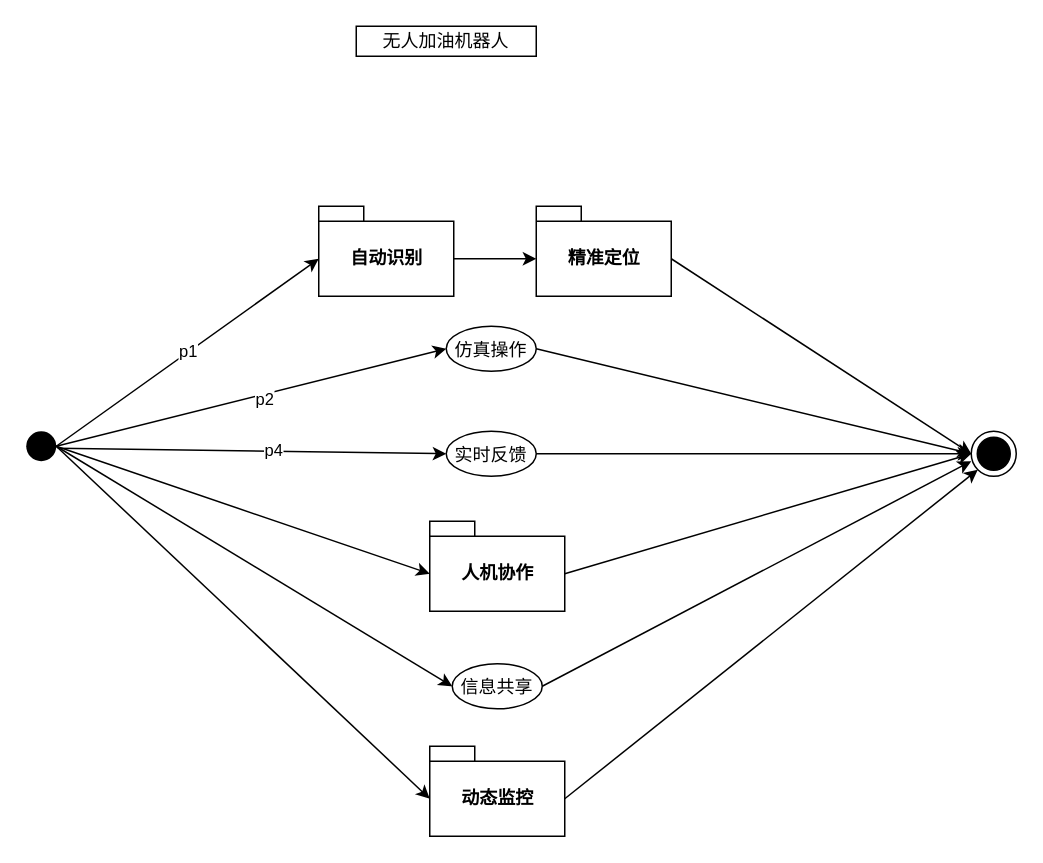
This is page "Page-1" (1 of 2) of Untitled Diagram.drawio from kikishao/cloud-project, a draw.io file, before an edit. Source tidied: cells renumbered, new cells numbered last; positions are measured from the earlier drawing's top-left corner, leaving out a move shared by most shapes. Both pictures are drawn from the tidied source at 150%, with x=0, y=0 at pixel (26, 26).
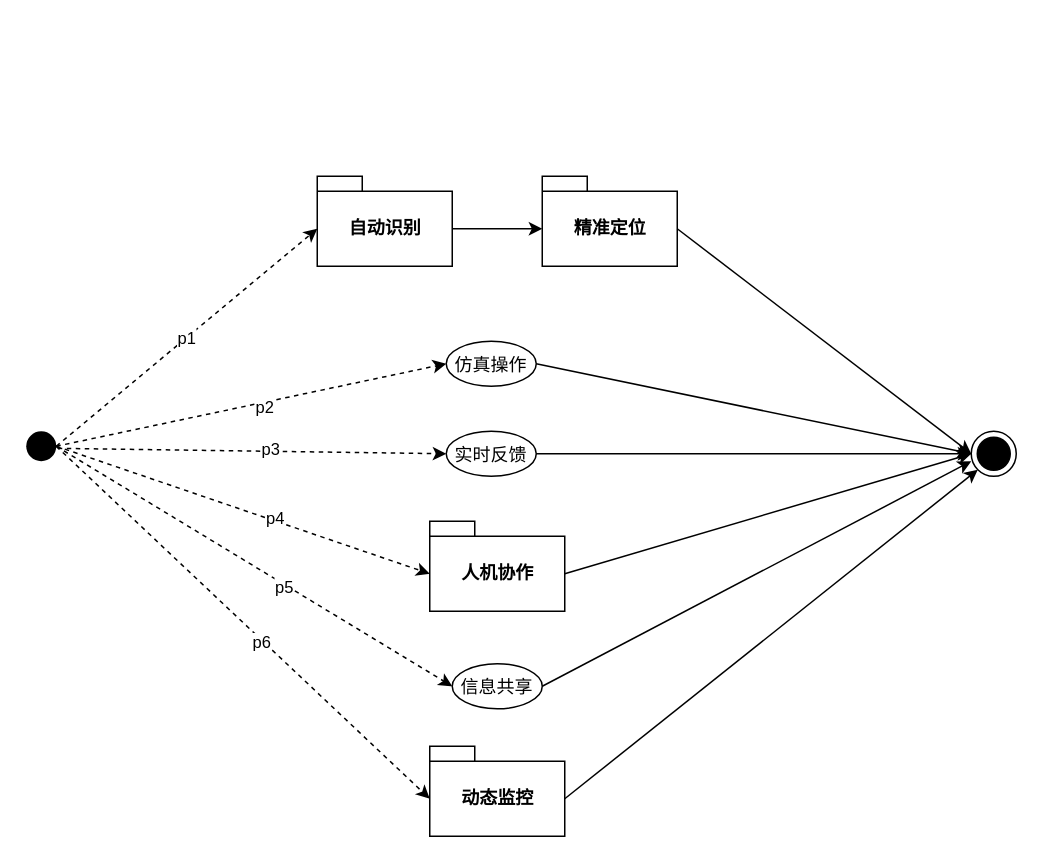
The same page after the edit.

The change refers to these unchanged cells:
```xml
<mxCell id="2" style="ellipse;fillColor=#000000;strokeColor=none;" parent="1" vertex="1">
  <mxGeometry y="270" width="20" height="20" as="geometry" />
</mxCell>
<mxCell id="5" value="人机协作" style="shape=folder;fontStyle=1;tabWidth=30;tabHeight=10;tabPosition=left;html=1;boundedLbl=1;" parent="1" vertex="1">
  <mxGeometry x="269" y="330" width="90" height="60" as="geometry" />
</mxCell>
<mxCell id="8" value="实时反馈" style="ellipse;" parent="1" vertex="1">
  <mxGeometry x="280" y="270" width="60" height="30" as="geometry" />
</mxCell>
<mxCell id="9" value="信息共享" style="ellipse;" parent="1" vertex="1">
  <mxGeometry x="284" y="425" width="60" height="30" as="geometry" />
</mxCell>
<mxCell id="12" value="动态监控" style="shape=folder;fontStyle=1;tabWidth=30;tabHeight=10;tabPosition=left;html=1;boundedLbl=1;" parent="1" vertex="1">
  <mxGeometry x="269" y="480" width="90" height="60" as="geometry" />
</mxCell>
```

What changed in the source:
```diff
@@
     <mxCell id="4" value="精准定位" style="shape=folder;fontStyle=1;tabWidth=30;tabHeight=10;tabPosition=left;html=1;boundedLbl=1;" parent="1" vertex="1">
-      <mxGeometry x="340" y="120" width="90" height="60" as="geometry" />
+      <mxGeometry x="344" y="100" width="90" height="60" as="geometry" />
     </mxCell>
@@
     <mxCell id="6" value="仿真操作" style="ellipse;" parent="1" vertex="1">
-      <mxGeometry x="280" y="200" width="60" height="30" as="geometry" />
+      <mxGeometry x="280" y="210" width="60" height="30" as="geometry" />
     </mxCell>
-    <mxCell id="7" value="无人加油机器人" style="rounded=0;whiteSpace=wrap;html=1;" parent="1" vertex="1">
-      <mxGeometry x="220" width="120" height="20" as="geometry" />
-    </mxCell>
@@
     <mxCell id="11" value="自动识别" style="shape=folder;fontStyle=1;tabWidth=30;tabHeight=10;tabPosition=left;html=1;boundedLbl=1;" parent="1" vertex="1">
-      <mxGeometry x="195" y="120" width="90" height="60" as="geometry" />
+      <mxGeometry x="194" y="100" width="90" height="60" as="geometry" />
     </mxCell>
@@
-    <mxCell id="13" style="endArrow=classic;html=1;rounded=0;entryX=0;entryY=0.5;entryDx=0;entryDy=0;exitX=1;exitY=0.5;exitDx=0;exitDy=0;" parent="1" edge="1" source="2" target="6">
+    <mxCell id="13" style="endArrow=classic;html=1;rounded=0;entryX=0;entryY=0.5;entryDx=0;entryDy=0;exitX=1;exitY=0.5;exitDx=0;exitDy=0;dashed=1;" parent="1" edge="1" source="2" target="6">
       <mxGeometry relative="1" as="geometry" />
     </mxCell>
@@
-    <mxCell id="15" value="p1" style="endArrow=classic;html=1;rounded=0;entryX=0;entryY=0;entryDx=0;entryDy=35;entryPerimeter=0;exitX=1;exitY=0.5;exitDx=0;exitDy=0;" parent="1" edge="1" source="2" target="11">
+    <mxCell id="15" value="p1" style="endArrow=classic;html=1;rounded=0;entryX=0;entryY=0;entryDx=0;entryDy=35;entryPerimeter=0;exitX=1;exitY=0.5;exitDx=0;exitDy=0;dashed=1;" parent="1" edge="1" source="2" target="11">
       <mxGeometry relative="1" as="geometry" />
     </mxCell>
-    <mxCell id="16" style="endArrow=classic;html=1;rounded=0;entryX=0;entryY=0;entryDx=0;entryDy=35;entryPerimeter=0;" parent="1" edge="1" target="5">
+    <mxCell id="16" style="endArrow=classic;html=1;rounded=0;entryX=0;entryY=0;entryDx=0;entryDy=35;entryPerimeter=0;dashed=1;" parent="1" edge="1" target="5">
       <mxGeometry relative="1" as="geometry">
         <mxPoint x="20" y="280" as="sourcePoint" />
       </mxGeometry>
     </mxCell>
+    <mxCell id="18" value="p4" style="edgeLabel;html=1;align=center;verticalAlign=middle;" parent="16" vertex="1">
+      <mxGeometry x="0.16" y="2" relative="1" as="geometry" />
+    </mxCell>
-    <mxCell id="17" style="endArrow=classic;html=1;rounded=0;entryX=0;entryY=0.5;entryDx=0;entryDy=0;exitX=1;exitY=0.5;exitDx=0;exitDy=0;" parent="1" edge="1" target="8">
+    <mxCell id="17" style="endArrow=classic;html=1;rounded=0;entryX=0;entryY=0.5;entryDx=0;entryDy=0;exitX=1;exitY=0.5;exitDx=0;exitDy=0;dashed=1;" parent="1" edge="1" target="8">
       <mxGeometry relative="1" as="geometry">
         <mxPoint x="21" y="281.4" as="sourcePoint" />
       </mxGeometry>
     </mxCell>
-    <mxCell id="18" value="p4" style="edgeLabel;html=1;align=center;verticalAlign=middle;" parent="17" vertex="1">
-      <mxGeometry x="0.11" y="1" relative="1" as="geometry" />
-    </mxCell>
+    <mxCell id="27" value="p3" style="edgeLabel;html=1;align=center;verticalAlign=middle;" parent="17" vertex="1">
+      <mxGeometry x="0.09" y="2" relative="1" as="geometry" />
+    </mxCell>
-    <mxCell id="19" style="endArrow=classic;html=1;rounded=0;entryX=0;entryY=0.5;entryDx=0;entryDy=0;exitX=1;exitY=0.5;exitDx=0;exitDy=0;" parent="1" edge="1" target="9">
+    <mxCell id="19" style="endArrow=classic;html=1;rounded=0;entryX=0;entryY=0.5;entryDx=0;entryDy=0;exitX=1;exitY=0.5;exitDx=0;exitDy=0;dashed=1;" parent="1" edge="1" target="9">
       <mxGeometry relative="1" as="geometry">
         <mxPoint x="20" y="280" as="sourcePoint" />
       </mxGeometry>
     </mxCell>
+    <mxCell id="28" value="p5" style="edgeLabel;html=1;align=center;verticalAlign=middle;" parent="19" vertex="1">
+      <mxGeometry x="0.15" y="-1" relative="1" as="geometry" />
+    </mxCell>
-    <mxCell id="20" style="endArrow=classic;html=1;rounded=0;entryX=0;entryY=0;entryDx=0;entryDy=35;exitX=1;exitY=0.5;exitDx=0;exitDy=0;entryPerimeter=0;" parent="1" edge="1" target="12">
+    <mxCell id="20" style="endArrow=classic;html=1;rounded=0;entryX=0;entryY=0;entryDx=0;entryDy=35;exitX=1;exitY=0.5;exitDx=0;exitDy=0;entryPerimeter=0;dashed=1;" parent="1" edge="1" target="12">
       <mxGeometry relative="1" as="geometry">
         <mxPoint x="20" y="280" as="sourcePoint" />
       </mxGeometry>
     </mxCell>
+    <mxCell id="29" value="p6" style="edgeLabel;html=1;align=center;verticalAlign=middle;" parent="20" vertex="1">
+      <mxGeometry x="0.11" y="-2" relative="1" as="geometry">
+        <mxPoint y="-1" as="offset" />
+      </mxGeometry>
+    </mxCell>
```
